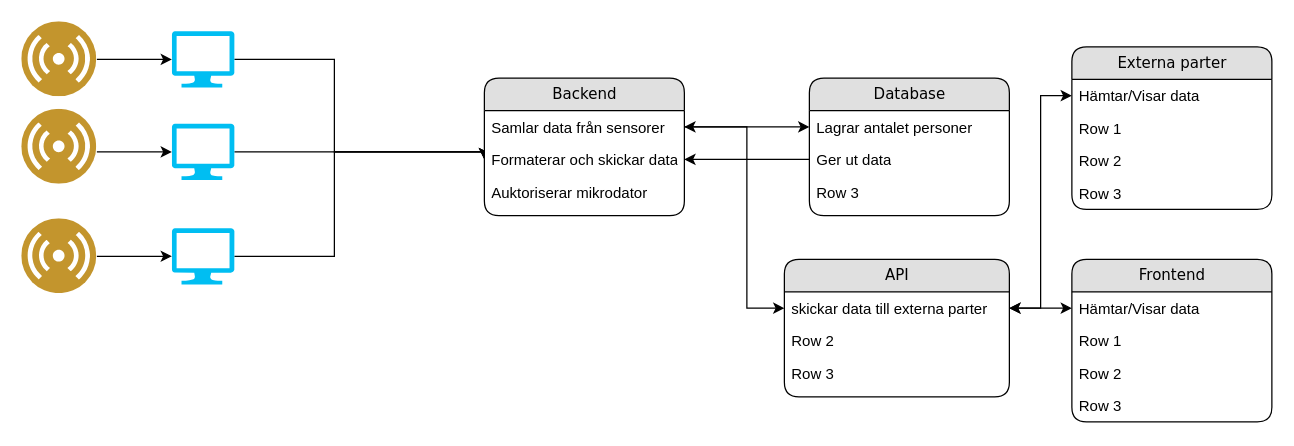
This is ArkitekturDesign.drawio from albinens/IMSX16_Kandidatarbete, a draw.io file, before an edit. Source tidied: cells renumbered, new cells numbered last; positions are measured from the earlier drawing's top-left corner, leaving out a move shared by most shapes. Both pictures are drawn from the tidied source at 125%, with x=0, y=0 at pixel (21, 21).
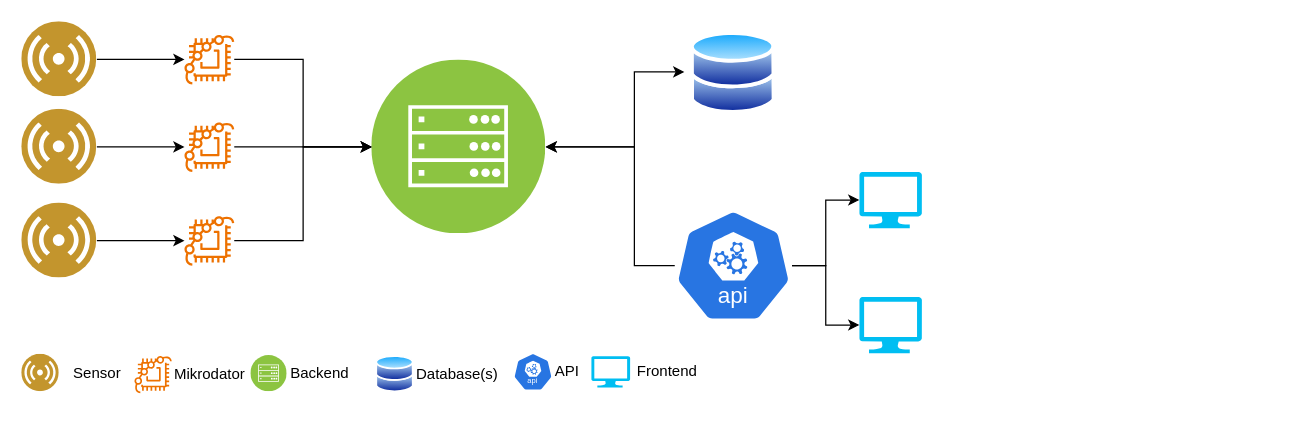
Above is the later version.

The change refers to these unchanged cells:
```xml
<mxCell id="6" style="image;perimeter=ellipsePerimeter;html=1;align=center;shadow=0;dashed=0;fontColor=#4277BB;labelBackgroundColor=default;fontSize=12;spacingTop=3;image=img/lib/ibm/users/sensor.svg;" parent="1" vertex="1">
  <mxGeometry width="60" height="60" as="geometry" />
</mxCell>
<mxCell id="10" style="image;perimeter=ellipsePerimeter;html=1;align=center;shadow=0;dashed=0;fontColor=#4277BB;labelBackgroundColor=default;fontSize=12;spacingTop=3;image=img/lib/ibm/users/sensor.svg;" parent="1" vertex="1">
  <mxGeometry y="70" width="60" height="60" as="geometry" />
</mxCell>
```

The edit, as a diff of the source:
```diff
@@
-    <mxCell id="2" value="Database&lt;br&gt;" style="swimlane;html=1;fontStyle=0;horizontal=1;startSize=26;fillColor=#e0e0e0;swimlaneFillColor=#ffffff;align=center;rounded=1;shadow=0;comic=0;labelBackgroundColor=none;strokeWidth=1;fontFamily=Verdana;fontSize=12;" parent="1" vertex="1">
-      <mxGeometry x="630" y="45" width="160" height="110" as="geometry" />
-    </mxCell>
-    <mxCell id="3" value="Lagrar antalet personer" style="text;html=1;strokeColor=none;fillColor=none;spacingLeft=4;spacingRight=4;whiteSpace=wrap;overflow=hidden;points=[[0,0.5],[1,0.5]];portConstraint=eastwest;" parent="2" vertex="1">
-      <mxGeometry y="26" width="160" height="26" as="geometry" />
-    </mxCell>
-    <mxCell id="4" value="Ger ut data" style="text;html=1;strokeColor=none;fillColor=none;spacingLeft=4;spacingRight=4;whiteSpace=wrap;overflow=hidden;points=[[0,0.5],[1,0.5]];portConstraint=eastwest;" parent="2" vertex="1">
-      <mxGeometry y="52" width="160" height="26" as="geometry" />
-    </mxCell>
-    <mxCell id="5" value="Row 3" style="text;html=1;strokeColor=none;fillColor=none;spacingLeft=4;spacingRight=4;whiteSpace=wrap;overflow=hidden;" parent="2" vertex="1">
-      <mxGeometry y="78" width="160" height="26" as="geometry" />
-    </mxCell>
@@
-    <mxCell id="7" style="edgeStyle=orthogonalEdgeStyle;rounded=0;jettySize=auto;html=1;entryX=0;entryY=0.5;entryDx=0;entryDy=0;" parent="1" edge="1" source="8" target="26">
-      <mxGeometry relative="1" as="geometry">
-        <Array as="points">
-          <mxPoint x="250" y="30" />
-          <mxPoint x="250" y="104" />
-        </Array>
-      </mxGeometry>
-    </mxCell>
-    <mxCell id="8" style="verticalLabelPosition=bottom;html=1;verticalAlign=top;align=center;strokeColor=none;fillColor=#00BEF2;shape=mxgraph.azure.computer;" parent="1" vertex="1">
-      <mxGeometry x="120" y="7.5" width="50" height="45" as="geometry" />
-    </mxCell>
+    <mxCell id="41" style="edgeStyle=orthogonalEdgeStyle;rounded=0;jettySize=auto;html=1;entryX=0;entryY=0.5;entryDx=0;entryDy=0;" parent="1" edge="1" source="47" target="45">
+      <mxGeometry relative="1" as="geometry" />
+    </mxCell>
-    <mxCell id="9" style="endArrow=classic;html=1;rounded=0;exitX=1;exitY=0.5;exitDx=0;exitDy=0;entryX=0;entryY=0.5;entryDx=0;entryDy=0;entryPerimeter=0;" parent="1" edge="1" source="6" target="8">
+    <mxCell id="9" style="endArrow=classic;html=1;rounded=0;exitX=1;exitY=0.5;exitDx=0;exitDy=0;" parent="1" edge="1" source="6" target="47">
       <mxGeometry relative="1" as="geometry" />
     </mxCell>
+    <mxCell id="42" style="edgeStyle=orthogonalEdgeStyle;rounded=0;jettySize=auto;html=1;entryX=1;entryY=0.5;entryDx=0;entryDy=0;" parent="1" edge="1" source="43" target="45">
+      <mxGeometry relative="1" as="geometry">
+        <Array as="points">
+          <mxPoint x="490" y="195" />
+          <mxPoint x="490" y="100" />
+        </Array>
+      </mxGeometry>
+    </mxCell>
+    <mxCell id="43" style="sketch=0;html=1;dashed=0;whitespace=wrap;fillColor=#2875E2;strokeColor=#ffffff;points=[[0.005,0.63,0],[0.1,0.2,0],[0.9,0.2,0],[0.5,0,0],[0.995,0.63,0],[0.72,0.99,0],[0.5,1,0],[0.28,0.99,0]];shape=mxgraph.kubernetes.icon2;kubernetesLabel=1;prIcon=api;" parent="1" vertex="1">
+      <mxGeometry x="522.3" y="150" width="93.8" height="90" as="geometry" />
+    </mxCell>
+    <mxCell id="44" style="edgeStyle=orthogonalEdgeStyle;rounded=0;jettySize=auto;html=1;startArrow=classic;startFill=1;" parent="1" edge="1" source="45">
+      <mxGeometry relative="1" as="geometry">
+        <mxPoint x="530" y="40" as="targetPoint" />
+        <Array as="points">
+          <mxPoint x="490" y="100" />
+          <mxPoint x="490" y="40" />
+        </Array>
+      </mxGeometry>
+    </mxCell>
+    <mxCell id="45" style="image;perimeter=ellipsePerimeter;html=1;align=center;shadow=0;dashed=0;fontColor=#4277BB;labelBackgroundColor=default;fontSize=12;spacingTop=3;image=img/lib/ibm/infrastructure/mobile_backend.svg;" parent="1" vertex="1">
+      <mxGeometry x="280" y="30.5" width="139" height="139" as="geometry" />
+    </mxCell>
+    <mxCell id="46" style="image;perimeter=ellipsePerimeter;html=1;align=center;shadow=0;dashed=0;spacingTop=3;image=img/lib/active_directory/databases.svg;" parent="1" vertex="1">
+      <mxGeometry x="535" y="7.5" width="68.4" height="67" as="geometry" />
+    </mxCell>
+    <mxCell id="47" style="sketch=0;outlineConnect=0;fontColor=#232F3E;gradientColor=none;fillColor=#ED7100;strokeColor=none;dashed=0;verticalLabelPosition=bottom;verticalAlign=top;align=center;html=1;fontSize=12;fontStyle=0;shape=mxgraph.aws4.braket_chip;" parent="1" vertex="1">
+      <mxGeometry x="130" y="10" width="40" height="40" as="geometry" />
+    </mxCell>
@@
-    <mxCell id="11" style="edgeStyle=orthogonalEdgeStyle;rounded=0;jettySize=auto;html=1;entryX=0;entryY=0.5;entryDx=0;entryDy=0;" parent="1" edge="1" source="12" target="26">
-      <mxGeometry relative="1" as="geometry">
-        <Array as="points">
-          <mxPoint x="250" y="104" />
-          <mxPoint x="250" y="104" />
-        </Array>
-      </mxGeometry>
-    </mxCell>
-    <mxCell id="12" style="verticalLabelPosition=bottom;html=1;verticalAlign=top;align=center;strokeColor=none;fillColor=#00BEF2;shape=mxgraph.azure.computer;" parent="1" vertex="1">
-      <mxGeometry x="120" y="81.5" width="50" height="45" as="geometry" />
-    </mxCell>
-    <mxCell id="13" style="endArrow=classic;html=1;rounded=0;exitX=1;exitY=0.5;exitDx=0;exitDy=0;entryX=0;entryY=0.5;entryDx=0;entryDy=0;entryPerimeter=0;" parent="1" edge="1" target="12">
-      <mxGeometry relative="1" as="geometry">
-        <mxPoint x="60" y="104" as="sourcePoint" />
-      </mxGeometry>
-    </mxCell>
-    <mxCell id="14" style="image;perimeter=ellipsePerimeter;html=1;align=center;shadow=0;dashed=0;fontColor=#4277BB;labelBackgroundColor=default;fontSize=12;spacingTop=3;image=img/lib/ibm/users/sensor.svg;" parent="1" vertex="1">
-      <mxGeometry y="157.5" width="60" height="60" as="geometry" />
-    </mxCell>
-    <mxCell id="15" style="edgeStyle=orthogonalEdgeStyle;rounded=0;jettySize=auto;html=1;entryX=0;entryY=0.5;entryDx=0;entryDy=0;" parent="1" edge="1" source="16" target="26">
-      <mxGeometry relative="1" as="geometry">
-        <Array as="points">
-          <mxPoint x="250" y="187" />
-          <mxPoint x="250" y="104" />
-          <mxPoint x="370" y="104" />
-        </Array>
-      </mxGeometry>
-    </mxCell>
-    <mxCell id="16" style="verticalLabelPosition=bottom;html=1;verticalAlign=top;align=center;strokeColor=none;fillColor=#00BEF2;shape=mxgraph.azure.computer;" parent="1" vertex="1">
-      <mxGeometry x="120" y="165" width="50" height="45" as="geometry" />
-    </mxCell>
-    <mxCell id="17" style="endArrow=classic;html=1;rounded=0;exitX=1;exitY=0.5;exitDx=0;exitDy=0;entryX=0;entryY=0.5;entryDx=0;entryDy=0;entryPerimeter=0;" parent="1" edge="1" source="14" target="16">
-      <mxGeometry relative="1" as="geometry" />
-    </mxCell>
-    <mxCell id="18" style="endArrow=classic;startArrow=none;html=1;rounded=0;exitX=1;exitY=0.5;exitDx=0;exitDy=0;entryX=0;entryY=0.5;entryDx=0;entryDy=0;startFill=0;" parent="1" edge="1" source="25" target="3">
-      <mxGeometry relative="1" as="geometry" />
-    </mxCell>
+    <mxCell id="48" style="endArrow=classic;html=1;rounded=0;exitX=1;exitY=0.5;exitDx=0;exitDy=0;" parent="1" edge="1" source="10" target="50">
+      <mxGeometry relative="1" as="geometry" />
+    </mxCell>
+    <mxCell id="49" style="edgeStyle=orthogonalEdgeStyle;rounded=0;jettySize=auto;html=1;entryX=0;entryY=0.5;entryDx=0;entryDy=0;" parent="1" edge="1" source="50" target="45">
+      <mxGeometry relative="1" as="geometry" />
+    </mxCell>
+    <mxCell id="50" style="sketch=0;outlineConnect=0;fontColor=#232F3E;gradientColor=none;fillColor=#ED7100;strokeColor=none;dashed=0;verticalLabelPosition=bottom;verticalAlign=top;align=center;html=1;fontSize=12;fontStyle=0;shape=mxgraph.aws4.braket_chip;" parent="1" vertex="1">
+      <mxGeometry x="130" y="80" width="40" height="40" as="geometry" />
+    </mxCell>
+    <mxCell id="51" style="image;perimeter=ellipsePerimeter;html=1;align=center;shadow=0;dashed=0;fontColor=#4277BB;labelBackgroundColor=default;fontSize=12;spacingTop=3;image=img/lib/ibm/users/sensor.svg;" parent="1" vertex="1">
+      <mxGeometry y="145" width="60" height="60" as="geometry" />
+    </mxCell>
+    <mxCell id="52" style="endArrow=classic;html=1;rounded=0;exitX=1;exitY=0.5;exitDx=0;exitDy=0;" parent="1" edge="1" source="51" target="54">
+      <mxGeometry relative="1" as="geometry" />
+    </mxCell>
+    <mxCell id="53" style="edgeStyle=orthogonalEdgeStyle;rounded=0;jettySize=auto;html=1;entryX=0;entryY=0.5;entryDx=0;entryDy=0;" parent="1" edge="1" source="54" target="45">
+      <mxGeometry relative="1" as="geometry" />
+    </mxCell>
+    <mxCell id="54" style="sketch=0;outlineConnect=0;fontColor=#232F3E;gradientColor=none;fillColor=#ED7100;strokeColor=none;dashed=0;verticalLabelPosition=bottom;verticalAlign=top;align=center;html=1;fontSize=12;fontStyle=0;shape=mxgraph.aws4.braket_chip;" parent="1" vertex="1">
+      <mxGeometry x="130" y="155" width="40" height="40" as="geometry" />
+    </mxCell>
+    <mxCell id="55" style="verticalLabelPosition=bottom;html=1;verticalAlign=top;align=center;strokeColor=none;fillColor=#00BEF2;shape=mxgraph.azure.computer;" parent="1" vertex="1">
+      <mxGeometry x="670" y="120" width="50" height="45" as="geometry" />
+    </mxCell>
+    <mxCell id="56" style="verticalLabelPosition=bottom;html=1;verticalAlign=top;align=center;strokeColor=none;fillColor=#00BEF2;shape=mxgraph.azure.computer;" parent="1" vertex="1">
+      <mxGeometry x="670" y="220" width="50" height="45" as="geometry" />
+    </mxCell>
+    <mxCell id="57" style="edgeStyle=orthogonalEdgeStyle;rounded=0;jettySize=auto;html=1;entryX=0;entryY=0.5;entryDx=0;entryDy=0;entryPerimeter=0;" parent="1" edge="1" source="43" target="55">
+      <mxGeometry relative="1" as="geometry" />
+    </mxCell>
+    <mxCell id="58" style="edgeStyle=orthogonalEdgeStyle;rounded=0;jettySize=auto;html=1;entryX=0;entryY=0.5;entryDx=0;entryDy=0;entryPerimeter=0;" parent="1" edge="1" source="43" target="56">
+      <mxGeometry relative="1" as="geometry" />
+    </mxCell>
+    <mxCell id="59" style="image;perimeter=ellipsePerimeter;html=1;align=center;shadow=0;dashed=0;fontColor=#4277BB;labelBackgroundColor=default;fontSize=12;spacingTop=3;image=img/lib/ibm/users/sensor.svg;" parent="1" vertex="1">
+      <mxGeometry y="266" width="30" height="30" as="geometry" />
+    </mxCell>
+    <mxCell id="60" value="Sensor" style="text;html=1;align=center;verticalAlign=middle;strokeColor=none;fillColor=none;" parent="1" vertex="1">
+      <mxGeometry x="30" y="266" width="60" height="30" as="geometry" />
+    </mxCell>
+    <mxCell id="61" style="sketch=0;fontColor=#232F3E;gradientColor=none;fillColor=#ED7100;strokeColor=none;dashed=0;verticalLabelPosition=bottom;verticalAlign=top;align=center;html=1;fontSize=12;fontStyle=0;shape=mxgraph.aws4.braket_chip;" parent="1" vertex="1">
+      <mxGeometry x="90" y="267" width="30" height="30" as="geometry" />
+    </mxCell>
+    <mxCell id="62" value="Mikrodator" style="text;html=1;align=center;verticalAlign=middle;strokeColor=none;fillColor=none;" parent="1" vertex="1">
+      <mxGeometry x="110" y="267" width="80" height="30" as="geometry" />
+    </mxCell>
+    <mxCell id="63" style="image;perimeter=ellipsePerimeter;html=1;align=center;shadow=0;dashed=0;fontColor=#4277BB;labelBackgroundColor=default;fontSize=12;spacingTop=3;image=img/lib/ibm/infrastructure/mobile_backend.svg;" parent="1" vertex="1">
+      <mxGeometry x="183.3" y="267" width="29" height="29" as="geometry" />
+    </mxCell>
+    <mxCell id="24" value="Backend" style="text;html=1;align=center;verticalAlign=middle;strokeColor=none;fillColor=none;" parent="1" vertex="1">
+      <mxGeometry x="203.3" y="266" width="70" height="30" as="geometry" />
+    </mxCell>
+    <mxCell id="64" style="image;perimeter=ellipsePerimeter;html=1;align=center;shadow=0;dashed=0;spacingTop=3;image=img/lib/active_directory/databases.svg;" parent="1" vertex="1">
+      <mxGeometry x="283.3" y="267" width="30.6" height="30" as="geometry" />
+    </mxCell>
+    <mxCell id="65" value="Database(s)" style="text;html=1;align=center;verticalAlign=middle;strokeColor=none;fillColor=none;" parent="1" vertex="1">
+      <mxGeometry x="303.3" y="267" width="90" height="30" as="geometry" />
+    </mxCell>
+    <mxCell id="66" style="sketch=0;html=1;dashed=0;whitespace=wrap;fillColor=#2875E2;strokeColor=#ffffff;shape=mxgraph.kubernetes.icon2;kubernetesLabel=1;prIcon=api;" parent="1" vertex="1">
+      <mxGeometry x="393.3" y="265" width="31.2" height="30" as="geometry" />
+    </mxCell>
-    <mxCell id="19" value="API&lt;br&gt;" style="swimlane;html=1;fontStyle=0;horizontal=1;startSize=26;fillColor=#e0e0e0;swimlaneFillColor=#ffffff;align=center;rounded=1;shadow=0;comic=0;labelBackgroundColor=none;strokeWidth=1;fontFamily=Verdana;fontSize=12;" parent="1" vertex="1">
-      <mxGeometry x="610" y="190" width="180" height="110" as="geometry" />
+    <mxCell id="19" value="API" style="text;html=1;align=center;verticalAlign=middle;strokeColor=none;fillColor=none;" parent="1" vertex="1">
+      <mxGeometry x="415.6" y="265" width="40" height="30" as="geometry" />
     </mxCell>
-    <mxCell id="20" value="skickar data till externa parter" style="text;html=1;strokeColor=none;fillColor=none;spacingLeft=4;spacingRight=4;whiteSpace=wrap;overflow=hidden;points=[[0,0.5],[1,0.5]];portConstraint=eastwest;" parent="19" vertex="1">
-      <mxGeometry y="26" width="180" height="26" as="geometry" />
-    </mxCell>
-    <mxCell id="21" value="Row 2" style="text;html=1;strokeColor=none;fillColor=none;spacingLeft=4;spacingRight=4;whiteSpace=wrap;overflow=hidden;" parent="19" vertex="1">
-      <mxGeometry y="52" width="180" height="26" as="geometry" />
-    </mxCell>
-    <mxCell id="22" value="Row 3" style="text;html=1;strokeColor=none;fillColor=none;spacingLeft=4;spacingRight=4;whiteSpace=wrap;overflow=hidden;" parent="19" vertex="1">
-      <mxGeometry y="78" width="180" height="26" as="geometry" />
-    </mxCell>
-    <mxCell id="23" style="edgeStyle=orthogonalEdgeStyle;rounded=0;jettySize=auto;html=1;entryX=0;entryY=0.5;entryDx=0;entryDy=0;exitX=1;exitY=0.5;exitDx=0;exitDy=0;startArrow=classic;startFill=1;" parent="1" edge="1" source="25" target="20">
-      <mxGeometry relative="1" as="geometry">
-        <Array as="points">
-          <mxPoint x="580" y="84" />
-          <mxPoint x="580" y="229" />
-        </Array>
-      </mxGeometry>
-    </mxCell>
-    <mxCell id="24" value="Backend&lt;br&gt;" style="swimlane;html=1;fontStyle=0;horizontal=1;startSize=26;fillColor=#e0e0e0;swimlaneFillColor=#ffffff;align=center;rounded=1;shadow=0;comic=0;labelBackgroundColor=none;strokeWidth=1;fontFamily=Verdana;fontSize=12;" parent="1" vertex="1">
-      <mxGeometry x="370" y="45" width="160" height="110" as="geometry" />
-    </mxCell>
-    <mxCell id="25" value="Samlar data från sensorer" style="text;html=1;strokeColor=none;fillColor=none;spacingLeft=4;spacingRight=4;whiteSpace=wrap;overflow=hidden;points=[[0,0.5],[1,0.5]];portConstraint=eastwest;" parent="24" vertex="1">
-      <mxGeometry y="26" width="160" height="26" as="geometry" />
-    </mxCell>
-    <mxCell id="26" value="Formaterar och skickar data" style="text;html=1;strokeColor=none;fillColor=none;spacingLeft=4;spacingRight=4;whiteSpace=wrap;overflow=hidden;points=[[0,0.5],[1,0.5]];portConstraint=eastwest;" parent="24" vertex="1">
-      <mxGeometry y="52" width="160" height="26" as="geometry" />
-    </mxCell>
-    <mxCell id="27" value="Auktoriserar mikrodator" style="text;html=1;strokeColor=none;fillColor=none;spacingLeft=4;spacingRight=4;whiteSpace=wrap;overflow=hidden;" parent="24" vertex="1">
-      <mxGeometry y="78" width="160" height="26" as="geometry" />
-    </mxCell>
+    <mxCell id="67" style="verticalLabelPosition=bottom;html=1;verticalAlign=top;align=center;strokeColor=none;fillColor=#00BEF2;shape=mxgraph.azure.computer;" parent="1" vertex="1">
+      <mxGeometry x="455.6" y="267.5" width="31" height="25" as="geometry" />
+    </mxCell>
-    <mxCell id="28" value="Frontend" style="swimlane;html=1;fontStyle=0;horizontal=1;startSize=26;fillColor=#e0e0e0;swimlaneFillColor=#ffffff;align=center;rounded=1;shadow=0;comic=0;labelBackgroundColor=none;strokeWidth=1;fontFamily=Verdana;fontSize=12;" parent="1" vertex="1">
-      <mxGeometry x="840" y="190" width="160" height="130" as="geometry" />
+    <mxCell id="28" value="Frontend" style="text;html=1;align=center;verticalAlign=middle;strokeColor=none;fillColor=none;" parent="1" vertex="1">
+      <mxGeometry x="480.6" y="265" width="70" height="30" as="geometry" />
     </mxCell>
-    <mxCell id="29" value="Hämtar/Visar data" style="text;html=1;strokeColor=none;fillColor=none;spacingLeft=4;spacingRight=4;whiteSpace=wrap;overflow=hidden;points=[[0,0.5],[1,0.5]];portConstraint=eastwest;" parent="28" vertex="1">
-      <mxGeometry y="26" width="160" height="26" as="geometry" />
-    </mxCell>
-    <mxCell id="30" value="Row 1" style="text;html=1;strokeColor=none;fillColor=none;spacingLeft=4;spacingRight=4;whiteSpace=wrap;overflow=hidden;" parent="28" vertex="1">
-      <mxGeometry y="52" width="160" height="26" as="geometry" />
-    </mxCell>
-    <mxCell id="31" value="Row 2" style="text;html=1;strokeColor=none;fillColor=none;spacingLeft=4;spacingRight=4;whiteSpace=wrap;overflow=hidden;" parent="28" vertex="1">
-      <mxGeometry y="78" width="160" height="26" as="geometry" />
-    </mxCell>
-    <mxCell id="32" value="Row 3" style="text;html=1;strokeColor=none;fillColor=none;spacingLeft=4;spacingRight=4;whiteSpace=wrap;overflow=hidden;" parent="28" vertex="1">
-      <mxGeometry y="104" width="160" height="26" as="geometry" />
-    </mxCell>
-    <mxCell id="33" style="edgeStyle=orthogonalEdgeStyle;rounded=0;jettySize=auto;html=1;entryX=1;entryY=0.5;entryDx=0;entryDy=0;" parent="1" edge="1" source="4" target="26">
-      <mxGeometry relative="1" as="geometry" />
-    </mxCell>
-    <mxCell id="34" style="edgeStyle=orthogonalEdgeStyle;rounded=0;jettySize=auto;html=1;entryX=1;entryY=0.5;entryDx=0;entryDy=0;exitX=0;exitY=0.5;exitDx=0;exitDy=0;startArrow=classic;startFill=1;" parent="1" edge="1" source="36" target="20">
-      <mxGeometry relative="1" as="geometry" />
-    </mxCell>
-    <mxCell id="35" value="Externa parter" style="swimlane;html=1;fontStyle=0;horizontal=1;startSize=26;fillColor=#e0e0e0;swimlaneFillColor=#ffffff;align=center;rounded=1;shadow=0;comic=0;labelBackgroundColor=none;strokeWidth=1;fontFamily=Verdana;fontSize=12;" parent="1" vertex="1">
-      <mxGeometry x="840" y="20" width="160" height="130" as="geometry" />
-    </mxCell>
-    <mxCell id="36" value="Hämtar/Visar data" style="text;html=1;strokeColor=none;fillColor=none;spacingLeft=4;spacingRight=4;whiteSpace=wrap;overflow=hidden;points=[[0,0.5],[1,0.5]];portConstraint=eastwest;" parent="35" vertex="1">
-      <mxGeometry y="26" width="160" height="26" as="geometry" />
-    </mxCell>
-    <mxCell id="37" value="Row 1" style="text;html=1;strokeColor=none;fillColor=none;spacingLeft=4;spacingRight=4;whiteSpace=wrap;overflow=hidden;" parent="35" vertex="1">
-      <mxGeometry y="52" width="160" height="26" as="geometry" />
-    </mxCell>
-    <mxCell id="38" value="Row 2" style="text;html=1;strokeColor=none;fillColor=none;spacingLeft=4;spacingRight=4;whiteSpace=wrap;overflow=hidden;" parent="35" vertex="1">
-      <mxGeometry y="78" width="160" height="26" as="geometry" />
-    </mxCell>
-    <mxCell id="39" value="Row 3" style="text;html=1;strokeColor=none;fillColor=none;spacingLeft=4;spacingRight=4;whiteSpace=wrap;overflow=hidden;" parent="35" vertex="1">
-      <mxGeometry y="104" width="160" height="26" as="geometry" />
-    </mxCell>
-    <mxCell id="40" style="edgeStyle=orthogonalEdgeStyle;rounded=0;jettySize=auto;html=1;exitX=0;exitY=0.5;exitDx=0;exitDy=0;entryX=1;entryY=0.5;entryDx=0;entryDy=0;startArrow=classic;startFill=1;" parent="1" edge="1" source="29" target="20">
-      <mxGeometry relative="1" as="geometry" />
-    </mxCell>
```
